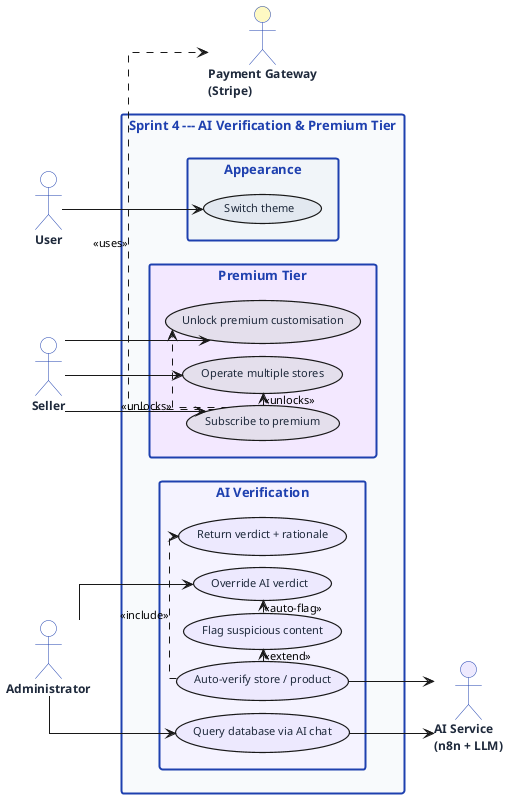
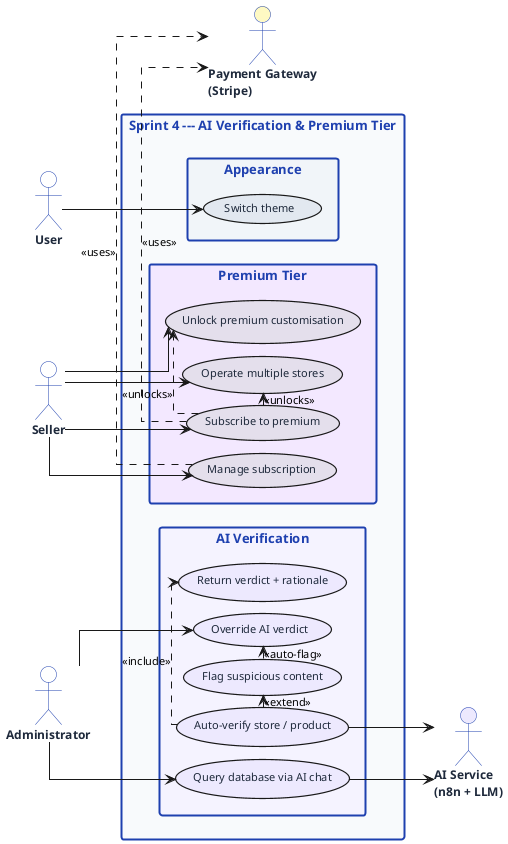
@startuml uc-sprint4

skinparam defaultFontName Helvetica
skinparam defaultFontSize 11
skinparam backgroundColor #FFFFFF
skinparam shadowing false
skinparam packageStyle rectangle
skinparam linetype ortho
skinparam nodesep 12
skinparam ranksep 70

skinparam actor {
  BackgroundColor #FFFFFF
  BorderColor #1E40AF
  FontColor #1E293B
  FontStyle bold
  FontSize 12
}
skinparam usecase {
  BorderThickness 1.2
  FontColor #1E293B
  FontSize 11
}
skinparam rectangle {
  BackgroundColor #F8FAFC
  BorderColor #1E40AF
  BorderThickness 2
  FontColor #1E40AF
  FontStyle bold
  FontSize 13
}

left to right direction

actor User          as User
actor Seller        as Seller
actor Administrator as Admin

rectangle "Sprint 4 --- AI Verification & Premium Tier" {

  rectangle "AI Verification" #F5F3FF {
    (Auto-verify store / product) as V1 #EDE9FE
    (Return verdict + rationale)  as V2 #EDE9FE
    (Flag suspicious content)     as V3 #EDE9FE
    (Override AI verdict)         as V4 #EDE9FE
    (Query database via AI chat)  as V5 #EDE9FE
  }

  rectangle "Premium Tier" #F3E8FF {
    (Subscribe to premium)         as P1 #E4DFEC
+     (Manage subscription)          as P4 #E4DFEC
    (Unlock premium customisation) as P2 #E4DFEC
    (Operate multiple stores)      as P3 #E4DFEC
  }

  rectangle "Appearance" #F1F5F9 {
    (Switch theme)                 as T1 #E2E8F0
  }
}

actor "AI Service\n(n8n + LLM)"   as AI  #EDE9FE
actor "Payment Gateway\n(Stripe)" as PAY #FEF9C3

Admin  --> V4
Admin  --> V5
Seller --> P1
+ Seller --> P4
Seller --> P2
Seller --> P3
User   --> T1

V1 .> V2 : <<include>>
V1 .> V3 : <<extend>>
V3 .> V4 : <<auto-flag>>
V1 --> AI
V5 --> AI
P1 .> PAY : <<uses>>
+ P4 .> PAY : <<uses>>
P1 .> P2 : <<unlocks>>
P1 .> P3 : <<unlocks>>

@enduml
